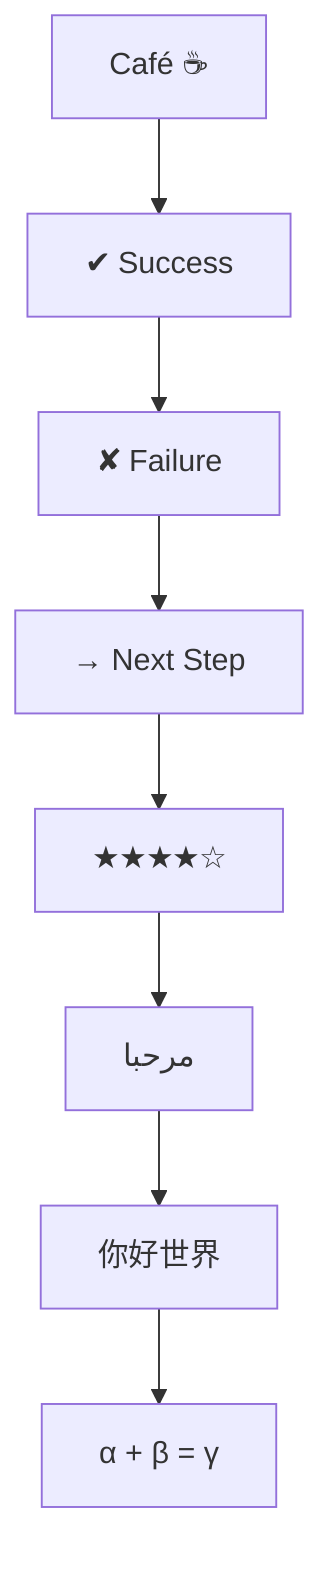
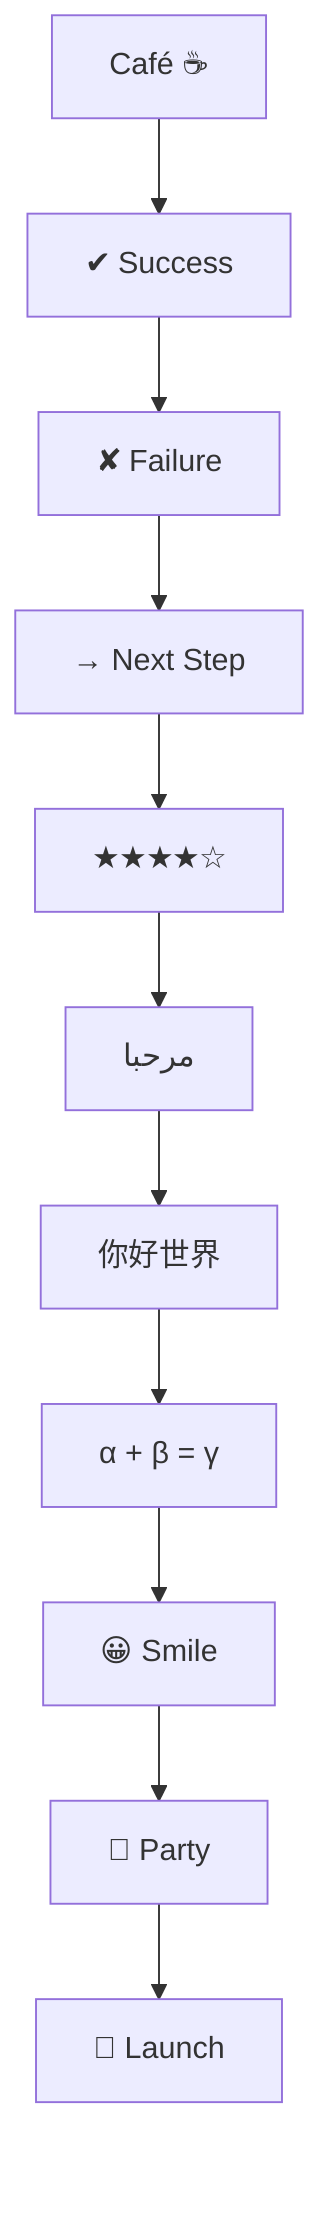
flowchart TD
    A["Café ☕"] --> B["✔ Success"]
    B --> C["✘ Failure"]
    C --> D["→ Next Step"]
    D --> E["★★★★☆"]
    E --> F["مرحبا"]
    F --> G["你好世界"]
    G --> H["α + β = γ"]
+     H --> I["😀 Smile"]
+     I --> J["🎉 Party"]
+     J --> K["🚀 Launch"]
